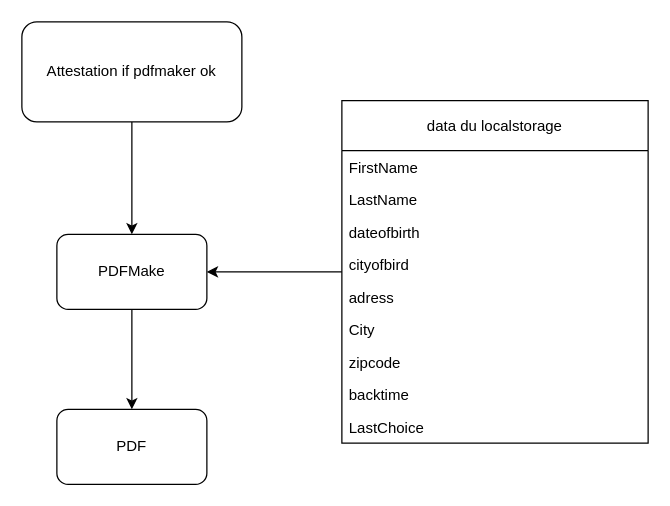
This is src/app/drawio/pdf.make.drawio from darkvadehors/Attestation-de-deplacement-derogatoire, a draw.io file, before an edit. Source tidied: cells renumbered, new cells numbered last; positions are measured from the earlier drawing's top-left corner, leaving out a move shared by most shapes. Both pictures are drawn from the tidied source at 125%, with x=0, y=0 at pixel (21, 21).
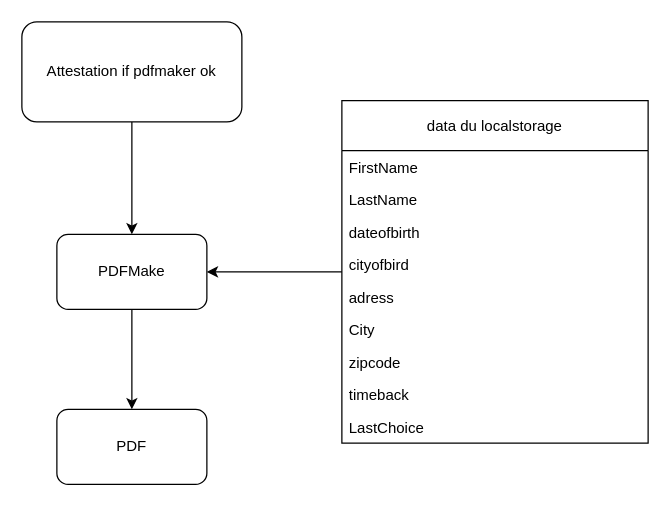
The same page after the edit.

Diff of the diagram source:
```diff
@@
 <mxGraphModel>
   <root>
     <mxCell id="0" />
     <mxCell id="1" parent="0" />
     <mxCell id="2" style="edgeStyle=orthogonalEdgeStyle;rounded=0;jettySize=auto;html=1;" parent="1" edge="1" source="3" target="16">
       <mxGeometry relative="1" as="geometry" />
     </mxCell>
     <mxCell id="3" value="data du localstorage" style="swimlane;fontStyle=0;horizontal=1;startSize=40;fillColor=none;" parent="1" vertex="1">
       <mxGeometry x="256" y="63" width="245" height="274" as="geometry" />
     </mxCell>
     <mxCell id="4" value="FirstName" style="text;strokeColor=none;fillColor=none;align=left;verticalAlign=top;spacingLeft=4;spacingRight=4;overflow=hidden;" parent="3" vertex="1">
       <mxGeometry y="40" width="245" height="26" as="geometry" />
     </mxCell>
     <mxCell id="5" value="LastName" style="text;strokeColor=none;fillColor=none;align=left;verticalAlign=top;spacingLeft=4;spacingRight=4;overflow=hidden;" parent="3" vertex="1">
       <mxGeometry y="66" width="245" height="26" as="geometry" />
     </mxCell>
     <mxCell id="6" value="dateofbirth" style="text;strokeColor=none;fillColor=none;align=left;verticalAlign=top;spacingLeft=4;spacingRight=4;overflow=hidden;" parent="3" vertex="1">
       <mxGeometry y="92" width="245" height="26" as="geometry" />
     </mxCell>
     <mxCell id="7" value="cityofbird" style="text;strokeColor=none;fillColor=none;align=left;verticalAlign=top;spacingLeft=4;spacingRight=4;overflow=hidden;" parent="3" vertex="1">
       <mxGeometry y="118" width="245" height="26" as="geometry" />
     </mxCell>
     <mxCell id="8" value="adress" style="text;strokeColor=none;fillColor=none;align=left;verticalAlign=top;spacingLeft=4;spacingRight=4;overflow=hidden;" parent="3" vertex="1">
       <mxGeometry y="144" width="245" height="26" as="geometry" />
     </mxCell>
     <mxCell id="9" value="City" style="text;strokeColor=none;fillColor=none;align=left;verticalAlign=top;spacingLeft=4;spacingRight=4;overflow=hidden;" parent="3" vertex="1">
       <mxGeometry y="170" width="245" height="26" as="geometry" />
     </mxCell>
     <mxCell id="10" value="zipcode" style="text;strokeColor=none;fillColor=none;align=left;verticalAlign=top;spacingLeft=4;spacingRight=4;overflow=hidden;" parent="3" vertex="1">
       <mxGeometry y="196" width="245" height="26" as="geometry" />
     </mxCell>
-    <mxCell id="11" value="backtime" style="text;strokeColor=none;fillColor=none;align=left;verticalAlign=top;spacingLeft=4;spacingRight=4;overflow=hidden;" parent="3" vertex="1">
+    <mxCell id="11" value="timeback" style="text;strokeColor=none;fillColor=none;align=left;verticalAlign=top;spacingLeft=4;spacingRight=4;overflow=hidden;" parent="3" vertex="1">
       <mxGeometry y="222" width="245" height="26" as="geometry" />
     </mxCell>
     <mxCell id="12" value="LastChoice" style="text;strokeColor=none;fillColor=none;align=left;verticalAlign=top;spacingLeft=4;spacingRight=4;overflow=hidden;" parent="3" vertex="1">
       <mxGeometry y="248" width="245" height="26" as="geometry" />
     </mxCell>
     <mxCell id="13" style="edgeStyle=orthogonalEdgeStyle;rounded=0;jettySize=auto;html=1;" parent="1" edge="1" source="14" target="16">
       <mxGeometry relative="1" as="geometry" />
     </mxCell>
     <mxCell id="14" value="Attestation if pdfmaker ok" style="rounded=1;whiteSpace=wrap;html=1;" parent="1" vertex="1">
       <mxGeometry width="176" height="80" as="geometry" />
     </mxCell>
     <mxCell id="15" style="edgeStyle=orthogonalEdgeStyle;rounded=0;jettySize=auto;html=1;" parent="1" edge="1" source="16" target="17">
       <mxGeometry relative="1" as="geometry" />
     </mxCell>
     <mxCell id="16" value="PDFMake" style="whiteSpace=wrap;html=1;rounded=1;" parent="1" vertex="1">
       <mxGeometry x="28" y="170" width="120" height="60" as="geometry" />
     </mxCell>
     <mxCell id="17" value="PDF" style="whiteSpace=wrap;html=1;rounded=1;" parent="1" vertex="1">
       <mxGeometry x="28" y="310" width="120" height="60" as="geometry" />
     </mxCell>
   </root>
 </mxGraphModel>
```
